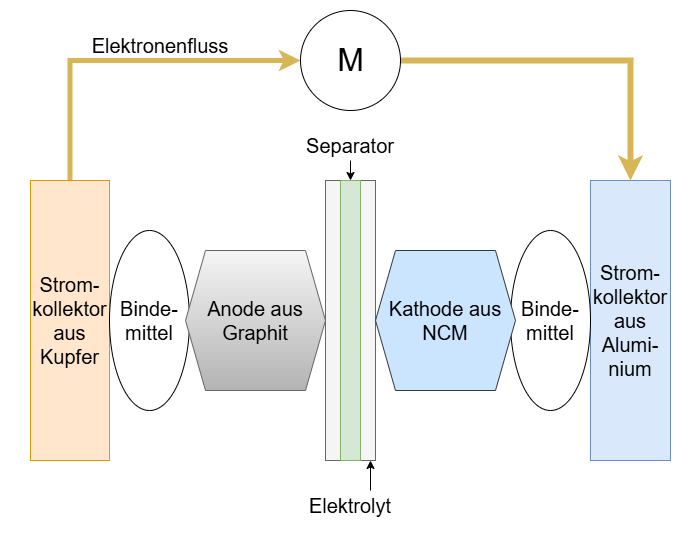
The draw.io diagram resources/images/aufbau-nmc-zelle.png in oliverlcs/dhbw-stuttgart-template, before a commit. Source tidied: cells renumbered, new cells last; positions are measured from the earlier drawing's top-left corner, leaving out a move shared by most shapes.
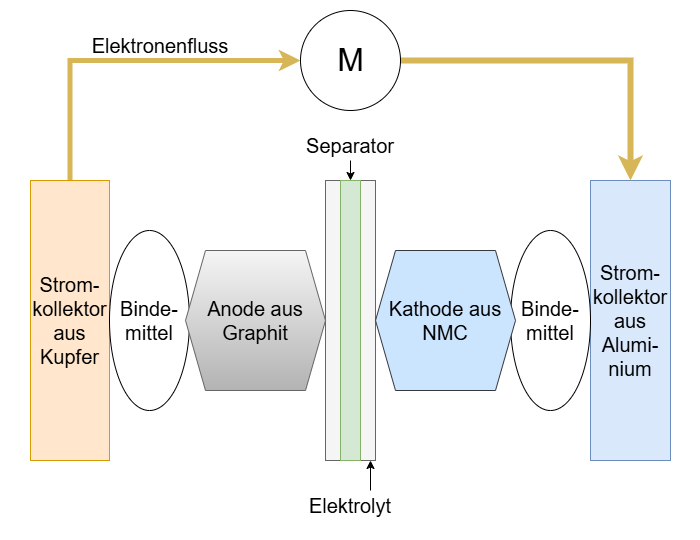
After the change.

Diff of the diagram source:
```diff
@@ -41,7 +41,7 @@
     <mxCell id="14" value="Anode aus Graphit" style="shape=hexagon;perimeter=hexagonPerimeter2;whiteSpace=wrap;html=1;fixedSize=1;fillColor=#f5f5f5;strokeColor=#666666;gradientColor=#b3b3b3;fontSize=20;" parent="1" vertex="1">
       <mxGeometry x="185" y="250" width="140" height="140" as="geometry" />
     </mxCell>
-    <mxCell id="15" value="Kathode aus NCM" style="shape=hexagon;perimeter=hexagonPerimeter2;whiteSpace=wrap;html=1;fixedSize=1;fillColor=#cce5ff;strokeColor=#36393d;fontSize=20;" parent="1" vertex="1">
+    <mxCell id="15" value="Kathode aus NMC" style="shape=hexagon;perimeter=hexagonPerimeter2;whiteSpace=wrap;html=1;fixedSize=1;fillColor=#cce5ff;strokeColor=#36393d;fontSize=20;" parent="1" vertex="1">
       <mxGeometry x="375" y="250" width="140" height="140" as="geometry" />
     </mxCell>
     <mxCell id="16" style="edgeStyle=orthogonalEdgeStyle;rounded=0;jettySize=auto;html=1;exitX=1;exitY=0.5;exitDx=0;exitDy=0;entryX=0.5;entryY=0;entryDx=0;entryDy=0;fillColor=#e3c800;strokeColor=light-dark(#d6b656, #8d7600);strokeWidth=6;" parent="1" edge="1" source="17" target="5">
```
